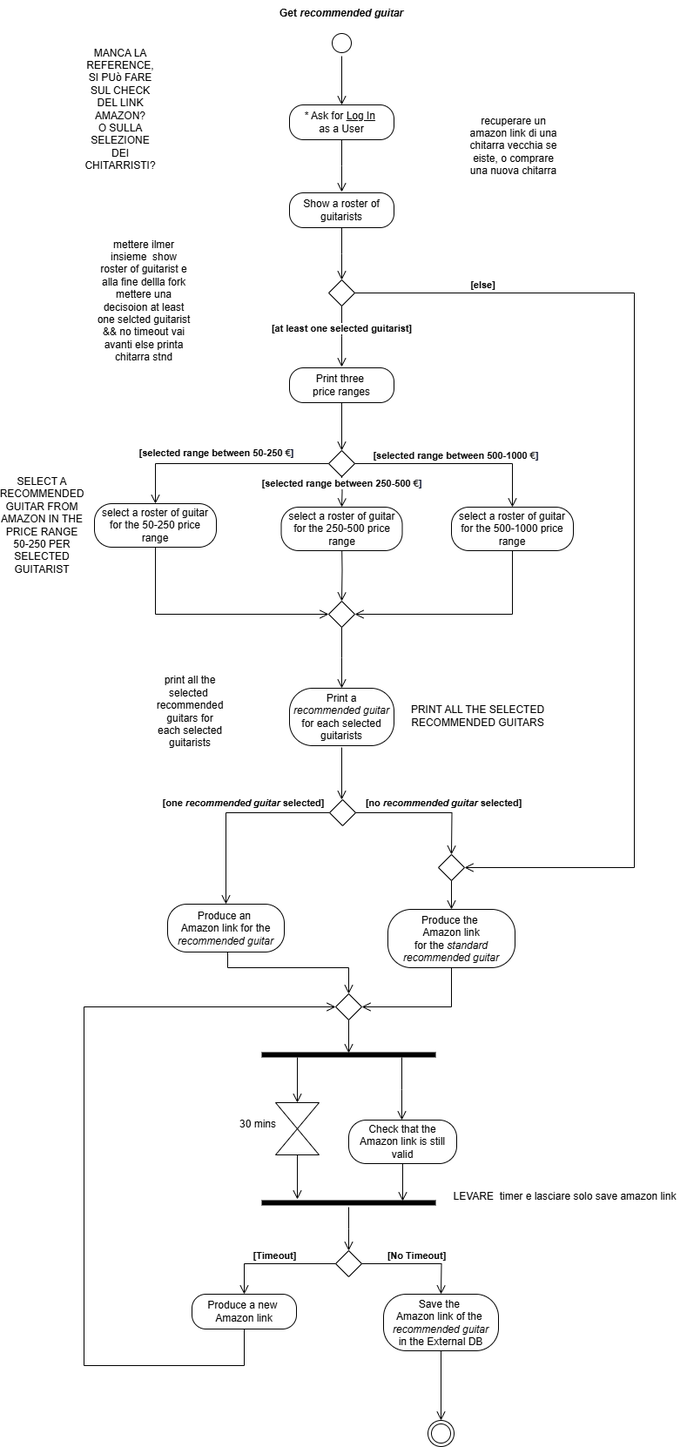
Earlier version of the draw.io export ActivityDiagramM.drawio.png (TizianoLilli/ISPW-Project). Source tidied: cells renumbered, new cells last; positions are measured from the earlier drawing's top-left corner, leaving out a move shared by most shapes.
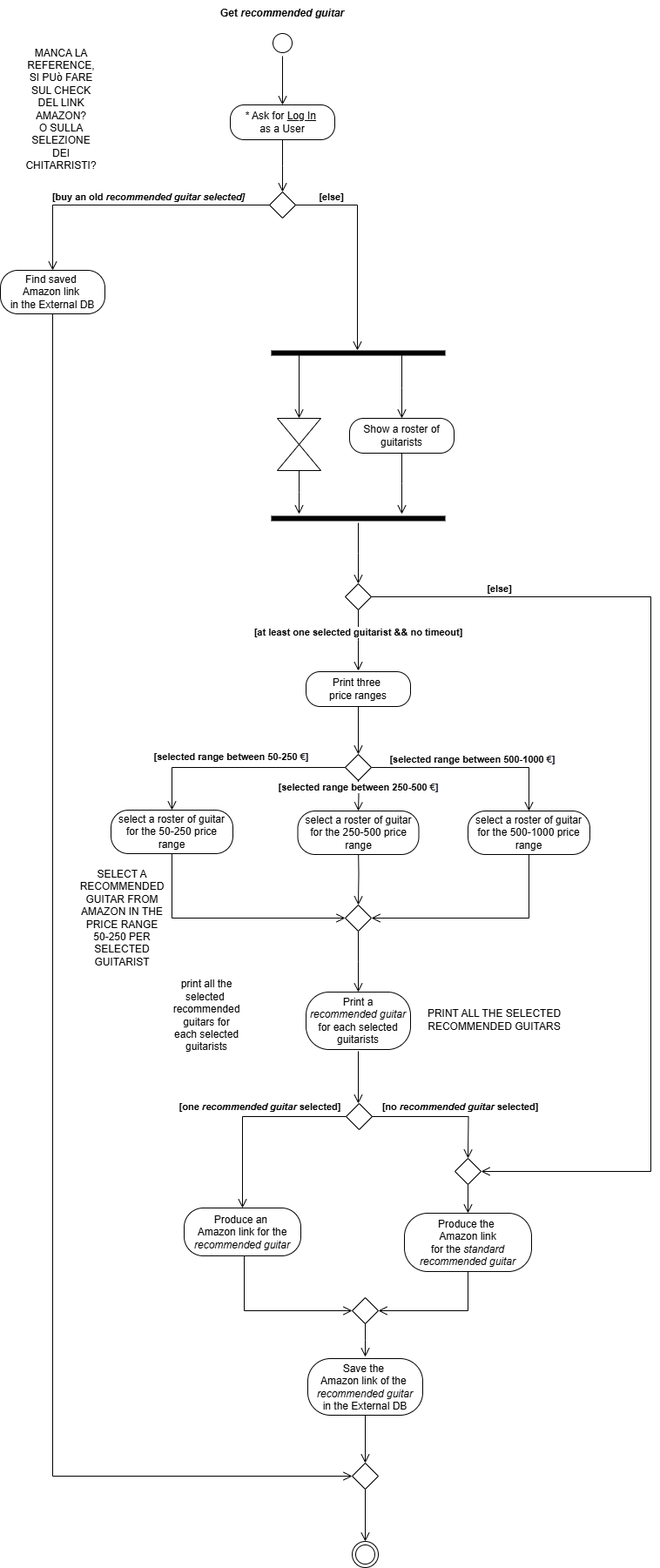
The same diagram one commit later.

The edit, as a diff of the source:
```diff
@@ -43,17 +43,8 @@
       <mxGeometry x="0.05" y="-3" relative="1" as="geometry" />
     </mxCell>
     <mxCell id="10" value="select a roster of guitar for the 50-250 price range" style="rounded=1;whiteSpace=wrap;html=1;arcSize=40;labelBackgroundColor=none;" parent="1" vertex="1">
-      <mxGeometry x="90" y="578" width="140" height="50" as="geometry" />
+      <mxGeometry x="90" y="581" width="140" height="50" as="geometry" />
     </mxCell>
-    <mxCell id="11" style="edgeStyle=orthogonalEdgeStyle;html=1;verticalAlign=bottom;endArrow=open;endSize=8;rounded=0;entryX=0;entryY=0.5;entryDx=0;entryDy=0;labelBackgroundColor=none;fontColor=default;" parent="1" edge="1" target="16">
-      <mxGeometry relative="1" as="geometry">
-        <mxPoint x="165" y="628" as="sourcePoint" />
-        <Array as="points">
-          <mxPoint x="160" y="628" />
-          <mxPoint x="160" y="705" />
-        </Array>
-      </mxGeometry>
-    </mxCell>
     <mxCell id="12" value="select a roster of guitar for the 250-500 price range" style="rounded=1;whiteSpace=wrap;html=1;arcSize=40;labelBackgroundColor=none;" parent="1" vertex="1">
       <mxGeometry x="304.5" y="582" width="139" height="50" as="geometry" />
     </mxCell>
@@ -61,11 +52,11 @@
       <mxGeometry x="500" y="582" width="140" height="50" as="geometry" />
     </mxCell>
     <mxCell id="14" value="Show a roster of guitarists" style="rounded=1;whiteSpace=wrap;html=1;arcSize=40;labelBackgroundColor=none;" parent="1" vertex="1">
-      <mxGeometry x="314" y="221" width="120" height="40" as="geometry" />
+      <mxGeometry x="364" y="131" width="120" height="40" as="geometry" />
     </mxCell>
     <mxCell id="15" style="edgeStyle=orthogonalEdgeStyle;html=1;verticalAlign=bottom;endArrow=open;endSize=8;rounded=0;labelBackgroundColor=none;fontColor=default;" parent="1" edge="1" source="14">
       <mxGeometry relative="1" as="geometry">
-        <mxPoint x="374" y="321" as="targetPoint" />
+        <mxPoint x="424" y="241" as="targetPoint" />
       </mxGeometry>
     </mxCell>
     <mxCell id="16" style="rhombus;whiteSpace=wrap;html=1;labelBackgroundColor=none;" parent="1" vertex="1">
@@ -88,111 +79,54 @@
     <mxCell id="20" value="Produce an&amp;nbsp;&lt;div&gt;Amazon link for the&lt;/div&gt;&lt;div&gt;&lt;i&gt;recommended guitar&lt;/i&gt;&lt;/div&gt;" style="rounded=1;whiteSpace=wrap;html=1;arcSize=40;labelBackgroundColor=none;" parent="1" vertex="1">
       <mxGeometry x="174" y="1038" width="134" height="55" as="geometry" />
     </mxCell>
-    <mxCell id="21" style="edgeStyle=orthogonalEdgeStyle;html=1;verticalAlign=bottom;endArrow=open;endSize=8;rounded=0;labelBackgroundColor=none;fontColor=default;" parent="1" edge="1" source="20" target="39">
+    <mxCell id="21" style="edgeStyle=orthogonalEdgeStyle;html=1;verticalAlign=bottom;endArrow=open;endSize=8;rounded=0;labelBackgroundColor=none;fontColor=default;entryX=0;entryY=0.5;entryDx=0;entryDy=0;" parent="1" edge="1" source="20" target="39">
       <mxGeometry relative="1" as="geometry">
         <Array as="points">
-          <mxPoint x="243" y="1111" />
-          <mxPoint x="382" y="1111" />
+          <mxPoint x="243" y="1156" />
         </Array>
       </mxGeometry>
     </mxCell>
-    <mxCell id="22" style="shape=line;html=1;strokeWidth=6;labelBackgroundColor=none;" parent="1" vertex="1">
-      <mxGeometry x="282" y="1206" width="200" height="10" as="geometry" />
-    </mxCell>
-    <mxCell id="23" style="edgeStyle=orthogonalEdgeStyle;html=1;verticalAlign=bottom;endArrow=open;endSize=8;rounded=0;exitX=0.805;exitY=0.8;exitDx=0;exitDy=0;exitPerimeter=0;labelBackgroundColor=none;fontColor=default;" parent="1" edge="1" source="22">
-      <mxGeometry relative="1" as="geometry">
-        <mxPoint x="443" y="1286" as="targetPoint" />
-      </mxGeometry>
-    </mxCell>
-    <mxCell id="24" value="Check that the Amazon link is still valid" style="rounded=1;whiteSpace=wrap;html=1;arcSize=40;labelBackgroundColor=none;" parent="1" vertex="1">
-      <mxGeometry x="382" y="1286" width="124" height="50" as="geometry" />
-    </mxCell>
-    <mxCell id="25" style="edgeStyle=orthogonalEdgeStyle;html=1;verticalAlign=bottom;endArrow=open;endSize=8;rounded=0;exitX=0.5;exitY=1;exitDx=0;exitDy=0;entryX=0.81;entryY=0.3;entryDx=0;entryDy=0;entryPerimeter=0;labelBackgroundColor=none;fontColor=default;" parent="1" edge="1" source="24" target="32">
-      <mxGeometry relative="1" as="geometry" />
-    </mxCell>
-    <mxCell id="26" style="rhombus;whiteSpace=wrap;html=1;labelBackgroundColor=none;" parent="1" vertex="1">
-      <mxGeometry x="367" y="1436" width="30" height="30" as="geometry" />
-    </mxCell>
-    <mxCell id="27" style="triangle;whiteSpace=wrap;html=1;direction=south;labelBackgroundColor=none;" parent="1" vertex="1">
-      <mxGeometry x="298" y="1266" width="50" height="30" as="geometry" />
-    </mxCell>
-    <mxCell id="28" style="triangle;whiteSpace=wrap;html=1;direction=north;labelBackgroundColor=none;" parent="1" vertex="1">
-      <mxGeometry x="298" y="1296" width="50" height="30" as="geometry" />
-    </mxCell>
-    <mxCell id="29" style="edgeStyle=orthogonalEdgeStyle;html=1;verticalAlign=bottom;endArrow=open;endSize=8;rounded=0;entryX=0;entryY=0.5;entryDx=0;entryDy=0;exitX=0.205;exitY=0.8;exitDx=0;exitDy=0;exitPerimeter=0;labelBackgroundColor=none;fontColor=default;" parent="1" edge="1" source="22" target="27">
-      <mxGeometry relative="1" as="geometry" />
-    </mxCell>
-    <mxCell id="30" value="30 mins" style="text;html=1;align=center;verticalAlign=middle;whiteSpace=wrap;rounded=0;labelBackgroundColor=none;" parent="1" vertex="1">
-      <mxGeometry x="248" y="1276" width="60" height="30" as="geometry" />
-    </mxCell>
-    <mxCell id="31" style="edgeStyle=orthogonalEdgeStyle;html=1;verticalAlign=bottom;endArrow=open;endSize=8;rounded=0;entryX=0.205;entryY=0.1;entryDx=0;entryDy=0;exitX=0;exitY=0.5;exitDx=0;exitDy=0;entryPerimeter=0;labelBackgroundColor=none;fontColor=default;" parent="1" edge="1" source="28" target="32">
-      <mxGeometry relative="1" as="geometry" />
-    </mxCell>
-    <mxCell id="32" style="shape=line;html=1;strokeWidth=6;labelBackgroundColor=none;" parent="1" vertex="1">
-      <mxGeometry x="282" y="1376" width="200" height="10" as="geometry" />
-    </mxCell>
-    <mxCell id="33" style="edgeStyle=orthogonalEdgeStyle;html=1;verticalAlign=bottom;endArrow=open;endSize=8;rounded=0;labelBackgroundColor=none;fontColor=default;" parent="1" edge="1" source="32">
+    <mxCell id="33" style="edgeStyle=orthogonalEdgeStyle;html=1;verticalAlign=bottom;endArrow=open;endSize=8;rounded=0;labelBackgroundColor=none;fontColor=default;exitX=0.5;exitY=1;exitDx=0;exitDy=0;" parent="1" edge="1" source="35">
       <mxGeometry relative="1" as="geometry">
-        <mxPoint x="382" y="1436" as="targetPoint" />
+        <mxPoint x="382" y="1331" as="targetPoint" />
       </mxGeometry>
     </mxCell>
-    <mxCell id="34" value="&lt;b&gt;[No Timeout]&lt;/b&gt;" style="edgeStyle=orthogonalEdgeStyle;html=1;verticalAlign=bottom;endArrow=open;endSize=8;rounded=0;exitX=1;exitY=0.5;exitDx=0;exitDy=0;labelBackgroundColor=none;fontColor=default;" parent="1" edge="1" source="26">
-      <mxGeometry relative="1" as="geometry">
-        <mxPoint x="488" y="1486" as="targetPoint" />
-      </mxGeometry>
-    </mxCell>
     <mxCell id="35" value="Save the&amp;nbsp;&lt;div&gt;Amazon link&amp;nbsp;&lt;span style=&quot;background-color: initial;&quot;&gt;of the&amp;nbsp;&lt;/span&gt;&lt;div&gt;&lt;div&gt;&lt;i&gt;recommended guitar&lt;/i&gt;&lt;/div&gt;&lt;div&gt;in the External DB&lt;/div&gt;&lt;/div&gt;&lt;/div&gt;" style="rounded=1;whiteSpace=wrap;html=1;arcSize=40;labelBackgroundColor=none;" parent="1" vertex="1">
-      <mxGeometry x="422" y="1486" width="132" height="65" as="geometry" />
+      <mxGeometry x="316" y="1211" width="132" height="65" as="geometry" />
     </mxCell>
-    <mxCell id="36" value="&lt;b&gt;[Timeout]&lt;/b&gt;" style="edgeStyle=orthogonalEdgeStyle;html=1;verticalAlign=bottom;endArrow=open;endSize=8;rounded=0;exitX=0;exitY=0.5;exitDx=0;exitDy=0;labelBackgroundColor=none;fontColor=default;" parent="1" edge="1" source="26" target="37">
-      <mxGeometry relative="1" as="geometry" />
-    </mxCell>
-    <mxCell id="37" value="&lt;div&gt;&lt;span style=&quot;background-color: initial;&quot;&gt;Produce a new&amp;nbsp;&lt;/span&gt;&lt;/div&gt;&lt;div&gt;Amazon link&lt;/div&gt;" style="rounded=1;whiteSpace=wrap;html=1;arcSize=40;labelBackgroundColor=none;" parent="1" vertex="1">
-      <mxGeometry x="202" y="1486" width="120" height="40" as="geometry" />
-    </mxCell>
-    <mxCell id="38" style="edgeStyle=orthogonalEdgeStyle;html=1;verticalAlign=bottom;endArrow=open;endSize=8;rounded=0;exitX=0.5;exitY=1;exitDx=0;exitDy=0;entryX=0;entryY=0.5;entryDx=0;entryDy=0;labelBackgroundColor=none;fontColor=default;" parent="1" edge="1" source="37" target="39">
-      <mxGeometry relative="1" as="geometry">
-        <Array as="points">
-          <mxPoint x="262" y="1568" />
-          <mxPoint x="78" y="1568" />
-          <mxPoint x="78" y="1156" />
-        </Array>
-      </mxGeometry>
-    </mxCell>
     <mxCell id="39" style="rhombus;whiteSpace=wrap;html=1;labelBackgroundColor=none;" parent="1" vertex="1">
       <mxGeometry x="367" y="1141" width="30" height="30" as="geometry" />
     </mxCell>
-    <mxCell id="40" style="edgeStyle=orthogonalEdgeStyle;html=1;verticalAlign=bottom;endArrow=open;endSize=8;rounded=0;entryX=0.5;entryY=0.3;entryDx=0;entryDy=0;entryPerimeter=0;exitX=0.5;exitY=1;exitDx=0;exitDy=0;labelBackgroundColor=none;fontColor=default;" parent="1" edge="1" source="39" target="22">
-      <mxGeometry relative="1" as="geometry" />
+    <mxCell id="40" style="edgeStyle=orthogonalEdgeStyle;html=1;verticalAlign=bottom;endArrow=open;endSize=8;rounded=0;entryX=0.5;entryY=0.3;entryDx=0;entryDy=0;entryPerimeter=0;exitX=0.5;exitY=1;exitDx=0;exitDy=0;labelBackgroundColor=none;fontColor=default;" parent="1" edge="1" source="39">
+      <mxGeometry relative="1" as="geometry">
+        <mxPoint x="382" y="1209" as="targetPoint" />
+      </mxGeometry>
     </mxCell>
     <mxCell id="41" style="ellipse;html=1;shape=endState;labelBackgroundColor=none;" parent="1" vertex="1">
-      <mxGeometry x="473" y="1631" width="30" height="30" as="geometry" />
+      <mxGeometry x="367" y="1421" width="30" height="30" as="geometry" />
     </mxCell>
     <mxCell id="42" style="ellipse;html=1;shape=startState;labelBackgroundColor=none;" parent="1" vertex="1">
-      <mxGeometry x="359" y="34" width="30" height="30" as="geometry" />
+      <mxGeometry x="272" y="-315" width="30" height="30" as="geometry" />
     </mxCell>
     <mxCell id="43" style="edgeStyle=orthogonalEdgeStyle;html=1;verticalAlign=bottom;endArrow=open;endSize=8;rounded=0;labelBackgroundColor=none;fontColor=default;entryX=0.5;entryY=0;entryDx=0;entryDy=0;" parent="1" edge="1" source="42" target="46">
       <mxGeometry relative="1" as="geometry" />
     </mxCell>
     <mxCell id="44" value="&lt;b&gt;Get &lt;i&gt;recommended guitar&lt;/i&gt;&lt;/b&gt;" style="text;html=1;align=center;verticalAlign=middle;whiteSpace=wrap;rounded=0;labelBackgroundColor=none;" parent="1" vertex="1">
-      <mxGeometry x="284" width="180" height="30" as="geometry" />
+      <mxGeometry x="197" y="-349" width="180" height="30" as="geometry" />
     </mxCell>
     <mxCell id="45" value="MANCA LA REFERENCE, SI PUò FARE SUL CHECK DEL LINK AMAZON?&lt;div&gt;O SULLA SELEZIONE DEI CHITARRISTI?&lt;/div&gt;" style="text;html=1;align=center;verticalAlign=middle;whiteSpace=wrap;rounded=0;labelBackgroundColor=none;" parent="1" vertex="1">
-      <mxGeometry x="90" y="110" width="60" height="30" as="geometry" />
+      <mxGeometry x="3" y="-239" width="60" height="30" as="geometry" />
     </mxCell>
     <mxCell id="46" value="* Ask for&amp;nbsp;&lt;u&gt;Log In&lt;/u&gt;&amp;nbsp;&lt;div&gt;as a User&lt;/div&gt;" style="rounded=1;whiteSpace=wrap;html=1;arcSize=40;labelBackgroundColor=none;" parent="1" vertex="1">
-      <mxGeometry x="314" y="120" width="120" height="40" as="geometry" />
+      <mxGeometry x="227" y="-229" width="120" height="40" as="geometry" />
     </mxCell>
     <mxCell id="47" style="edgeStyle=orthogonalEdgeStyle;html=1;verticalAlign=bottom;endArrow=open;endSize=8;rounded=0;labelBackgroundColor=none;fontColor=default;" parent="1" edge="1" source="46">
       <mxGeometry relative="1" as="geometry">
-        <mxPoint x="374" y="220" as="targetPoint" />
+        <mxPoint x="287" y="-129" as="targetPoint" />
       </mxGeometry>
     </mxCell>
-    <mxCell id="48" value="LEVARE&amp;nbsp; timer e lasciare solo save amazon link&lt;div&gt;&lt;br&gt;&lt;/div&gt;" style="text;html=1;align=center;verticalAlign=middle;strokeColor=none;fillColor=none;labelBackgroundColor=none;" parent="1" vertex="1">
-      <mxGeometry x="490" y="1361" width="280" height="40" as="geometry" />
-    </mxCell>
     <mxCell id="49" value="SELECT A RECOMMENDED GUITAR FROM AMAZON IN THE PRICE RANGE 50-250 PER SELECTED GUITARIST" style="text;html=1;align=center;verticalAlign=middle;whiteSpace=wrap;rounded=0;labelBackgroundColor=none;" parent="1" vertex="1">
-      <mxGeometry y="588" width="60" height="30" as="geometry" />
+      <mxGeometry x="73" y="690" width="60" height="30" as="geometry" />
     </mxCell>
     <mxCell id="50" value="PRINT ALL THE SELECTED&lt;div&gt;RECOMMENDED GUITARS&lt;/div&gt;" style="text;html=1;align=center;verticalAlign=middle;strokeColor=none;fillColor=none;labelBackgroundColor=none;" parent="1" vertex="1">
       <mxGeometry x="440" y="802" width="180" height="40" as="geometry" />
@@ -224,7 +158,7 @@
     <mxCell id="57" style="rhombus;whiteSpace=wrap;html=1;labelBackgroundColor=none;" parent="1" vertex="1">
       <mxGeometry x="359" y="321" width="30" height="30" as="geometry" />
     </mxCell>
-    <mxCell id="58" value="&lt;b&gt;[at least one selected guitarist]&lt;/b&gt;" style="edgeStyle=orthogonalEdgeStyle;html=1;verticalAlign=bottom;endArrow=open;endSize=8;rounded=0;labelBackgroundColor=default;fontColor=default;exitX=0.5;exitY=1;exitDx=0;exitDy=0;" parent="1" edge="1" source="57">
+    <mxCell id="58" value="&lt;b&gt;[at least one selected guitarist &amp;amp;&amp;amp; no timeout]&lt;/b&gt;" style="edgeStyle=orthogonalEdgeStyle;html=1;verticalAlign=bottom;endArrow=open;endSize=8;rounded=0;labelBackgroundColor=default;fontColor=default;exitX=0.5;exitY=1;exitDx=0;exitDy=0;" parent="1" edge="1" source="57">
       <mxGeometry relative="1" as="geometry">
         <mxPoint x="374" y="421" as="targetPoint" />
       </mxGeometry>
@@ -243,14 +177,68 @@
     <mxCell id="61" style="edgeStyle=orthogonalEdgeStyle;html=1;verticalAlign=bottom;endArrow=open;endSize=8;rounded=0;entryX=0.5;entryY=0;entryDx=0;entryDy=0;exitX=0.5;exitY=1;exitDx=0;exitDy=0;labelBackgroundColor=none;fontColor=default;" parent="1" edge="1" source="60" target="54">
       <mxGeometry relative="1" as="geometry" />
     </mxCell>
-    <mxCell id="62" style="edgeStyle=orthogonalEdgeStyle;html=1;verticalAlign=bottom;endArrow=open;endSize=8;rounded=0;labelBackgroundColor=none;fontColor=default;entryX=0.5;entryY=0;entryDx=0;entryDy=0;exitX=0.5;exitY=1;exitDx=0;exitDy=0;" parent="1" edge="1" source="35" target="41">
-      <mxGeometry relative="1" as="geometry" />
-    </mxCell>
-    <mxCell id="63" value="mettere ilmer insieme&amp;nbsp; show roster of guitarist e alla fine dellla fork mettere una decisoion at least one selcted guitarist &amp;amp;&amp;amp; no timeout vai avanti else printa chitarra stnd" style="text;html=1;align=center;verticalAlign=middle;whiteSpace=wrap;rounded=0;" parent="1" vertex="1">
-      <mxGeometry x="92" y="330" width="110" height="30" as="geometry" />
-    </mxCell>
-    <mxCell id="64" value="recuperare un amazon link di una chitarra vecchia se eiste, o comprare una nuova chitarra" style="text;html=1;align=center;verticalAlign=middle;whiteSpace=wrap;rounded=0;" parent="1" vertex="1">
-      <mxGeometry x="513" y="152" width="117" height="30" as="geometry" />
-    </mxCell>
+    <mxCell id="65" style="shape=line;html=1;strokeWidth=6;labelBackgroundColor=none;" parent="1" vertex="1">
+      <mxGeometry x="274" y="51" width="200" height="10" as="geometry" />
+    </mxCell>
+    <mxCell id="66" style="edgeStyle=orthogonalEdgeStyle;html=1;verticalAlign=bottom;endArrow=open;endSize=8;rounded=0;exitX=0.75;exitY=0.5;exitDx=0;exitDy=0;exitPerimeter=0;labelBackgroundColor=none;fontColor=default;" parent="1" edge="1" source="65">
+      <mxGeometry relative="1" as="geometry">
+        <mxPoint x="424" y="131" as="targetPoint" />
+      </mxGeometry>
+    </mxCell>
+    <mxCell id="67" style="triangle;whiteSpace=wrap;html=1;direction=south;labelBackgroundColor=none;" parent="1" vertex="1">
+      <mxGeometry x="281" y="131" width="50" height="30" as="geometry" />
+    </mxCell>
+    <mxCell id="68" style="edgeStyle=orthogonalEdgeStyle;html=1;verticalAlign=bottom;endArrow=open;endSize=8;rounded=0;labelBackgroundColor=none;fontColor=default;entryX=0;entryY=0.5;entryDx=0;entryDy=0;exitX=0.16;exitY=0.7;exitDx=0;exitDy=0;exitPerimeter=0;" parent="1" edge="1" source="65" target="67">
+      <mxGeometry relative="1" as="geometry" />
+    </mxCell>
+    <mxCell id="69" style="triangle;whiteSpace=wrap;html=1;direction=north;labelBackgroundColor=none;" parent="1" vertex="1">
+      <mxGeometry x="281" y="161" width="50" height="30" as="geometry" />
+    </mxCell>
+    <mxCell id="70" style="edgeStyle=orthogonalEdgeStyle;html=1;verticalAlign=bottom;endArrow=open;endSize=8;rounded=0;labelBackgroundColor=none;fontColor=default;exitX=0;exitY=0.5;exitDx=0;exitDy=0;" parent="1" edge="1" source="69">
+      <mxGeometry relative="1" as="geometry">
+        <mxPoint x="306" y="241" as="targetPoint" />
+      </mxGeometry>
+    </mxCell>
+    <mxCell id="71" style="shape=line;html=1;strokeWidth=6;labelBackgroundColor=none;" parent="1" vertex="1">
+      <mxGeometry x="274" y="241" width="200" height="10" as="geometry" />
+    </mxCell>
+    <mxCell id="72" style="edgeStyle=orthogonalEdgeStyle;html=1;verticalAlign=bottom;endArrow=open;endSize=8;rounded=0;labelBackgroundColor=none;fontColor=default;" parent="1" edge="1" source="71">
+      <mxGeometry relative="1" as="geometry">
+        <mxPoint x="374" y="321" as="targetPoint" />
+      </mxGeometry>
+    </mxCell>
+    <mxCell id="73" value="Find saved&amp;nbsp;&lt;div&gt;Amazon link&amp;nbsp;&lt;/div&gt;&lt;div&gt;in the External DB&lt;/div&gt;" style="rounded=1;whiteSpace=wrap;html=1;arcSize=40;labelBackgroundColor=none;" parent="1" vertex="1">
+      <mxGeometry x="-37" y="-39" width="120" height="50" as="geometry" />
+    </mxCell>
+    <mxCell id="74" style="edgeStyle=orthogonalEdgeStyle;html=1;verticalAlign=bottom;endArrow=open;endSize=8;rounded=0;labelBackgroundColor=none;fontColor=default;entryX=0;entryY=0.5;entryDx=0;entryDy=0;" parent="1" edge="1" source="73" target="79">
+      <mxGeometry relative="1" as="geometry">
+        <Array as="points">
+          <mxPoint x="23" y="1346" />
+        </Array>
+      </mxGeometry>
+    </mxCell>
+    <mxCell id="75" style="rhombus;whiteSpace=wrap;html=1;labelBackgroundColor=none;" parent="1" vertex="1">
+      <mxGeometry x="272" y="-129" width="30" height="30" as="geometry" />
+    </mxCell>
+    <mxCell id="76" value="&lt;b&gt;[buy an old &lt;i&gt;recommended guitar selected]&lt;/i&gt;&lt;/b&gt;" style="edgeStyle=orthogonalEdgeStyle;html=1;verticalAlign=bottom;endArrow=open;endSize=8;rounded=0;labelBackgroundColor=none;fontColor=default;exitX=0;exitY=0.5;exitDx=0;exitDy=0;entryX=0.5;entryY=0;entryDx=0;entryDy=0;" parent="1" edge="1" source="75" target="73">
+      <mxGeometry x="-0.14" relative="1" as="geometry" />
+    </mxCell>
+    <mxCell id="77" value="&lt;b&gt;[else]&lt;/b&gt;" style="edgeStyle=orthogonalEdgeStyle;html=1;verticalAlign=bottom;endArrow=open;endSize=8;rounded=0;labelBackgroundColor=none;fontColor=default;exitX=1;exitY=0.5;exitDx=0;exitDy=0;" parent="1" edge="1" source="75">
+      <mxGeometry x="-0.66" relative="1" as="geometry">
+        <mxPoint x="373" y="53" as="targetPoint" />
+        <Array as="points">
+          <mxPoint x="373" y="-114" />
+        </Array>
+      </mxGeometry>
+    </mxCell>
+    <mxCell id="78" style="edgeStyle=orthogonalEdgeStyle;html=1;verticalAlign=bottom;endArrow=open;endSize=8;rounded=0;labelBackgroundColor=none;fontColor=default;entryX=0;entryY=0.5;entryDx=0;entryDy=0;exitX=0.5;exitY=1;exitDx=0;exitDy=0;" parent="1" edge="1" source="10" target="16">
+      <mxGeometry relative="1" as="geometry" />
+    </mxCell>
+    <mxCell id="79" style="rhombus;whiteSpace=wrap;html=1;labelBackgroundColor=none;" parent="1" vertex="1">
+      <mxGeometry x="367" y="1331" width="30" height="30" as="geometry" />
+    </mxCell>
+    <mxCell id="80" style="edgeStyle=orthogonalEdgeStyle;html=1;verticalAlign=bottom;endArrow=open;endSize=8;rounded=0;labelBackgroundColor=none;fontColor=default;exitX=0.5;exitY=1;exitDx=0;exitDy=0;entryX=0.5;entryY=0;entryDx=0;entryDy=0;" parent="1" edge="1" source="79" target="41">
+      <mxGeometry relative="1" as="geometry" />
+    </mxCell>
   </root>
 </mxGraphModel>
```
